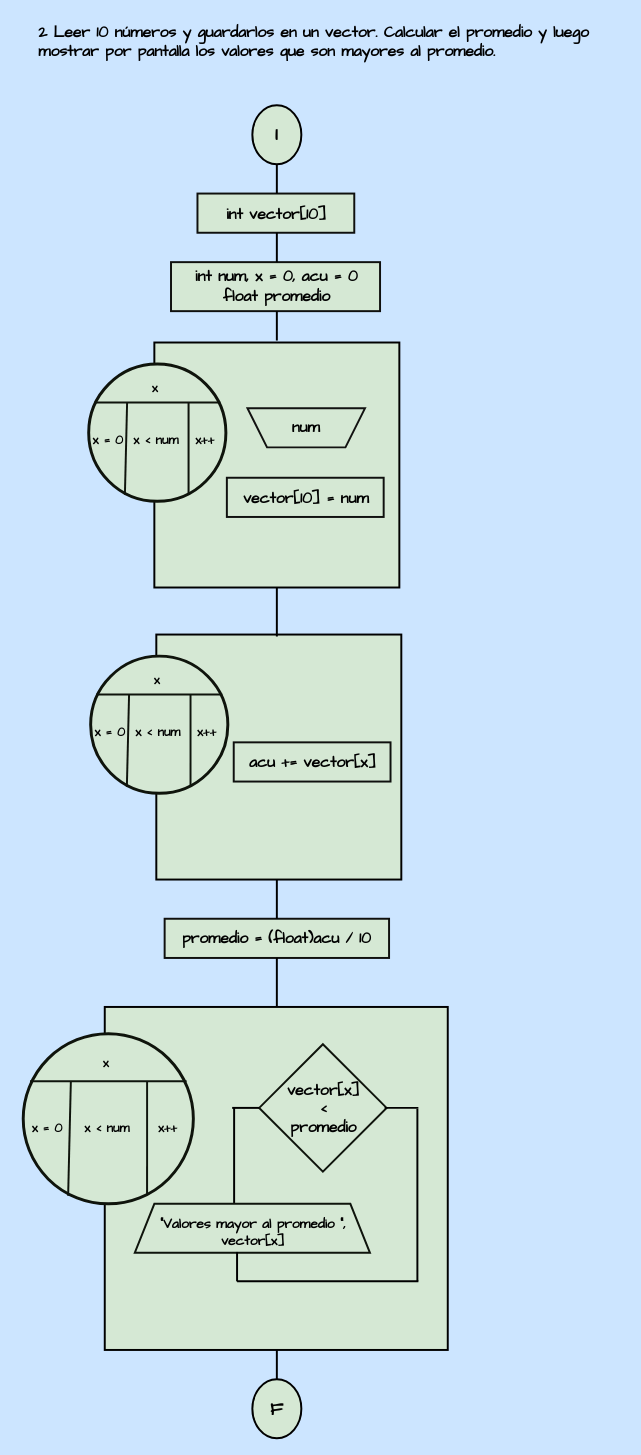
SASOPELANA/UTN_PROGRAMACION1 keeps this draw.io diagram as Unidad6_Vectores/Diagramas_Flujos/Ejercicio2.drawio. Above is the earlier version. Source tidied: cells renumbered, new cells numbered last; positions are measured from the earlier drawing's top-left corner, leaving out a move shared by most shapes. Both pictures are drawn from the tidied source at 98%, with x=0, y=0 at pixel (17, 17).
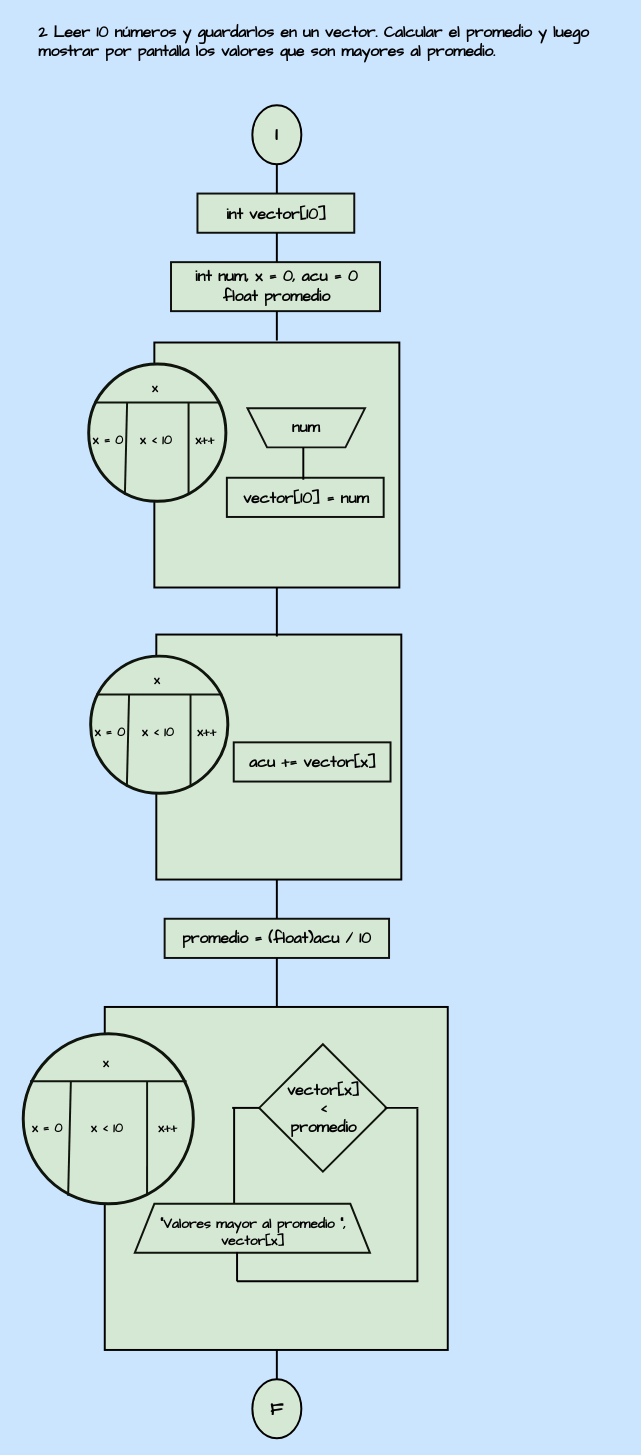
After the change.

The change refers to these unchanged cells:
```xml
<mxCell id="16" style="group;" parent="3" vertex="1">
  <mxGeometry x="58.6" y="242" width="322" height="250" as="geometry" />
</mxCell>
<mxCell id="18" style="group;" parent="16" vertex="1">
  <mxGeometry y="22" width="149" height="140" as="geometry" />
</mxCell>
<mxCell id="35" style="group;" parent="33" vertex="1">
  <mxGeometry y="22" width="149" height="140" as="geometry" />
</mxCell>
<mxCell id="49" style="group;" parent="47" vertex="1">
  <mxGeometry x="-9.4" y="27.3" width="184.8" height="173.6" as="geometry" />
</mxCell>
```

Change to the diagram source:
```diff
@@
-    <mxCell id="25" value="&lt;font color=&quot;#000000&quot; size=&quot;1&quot; face=&quot;Comic Sans MS&quot;&gt;&lt;b style=&quot;font-size: 13px;&quot;&gt;x &amp;lt; num&lt;/b&gt;&lt;/font&gt;" style="text;strokeColor=none;align=center;fillColor=none;html=1;verticalAlign=middle;whiteSpace=wrap;rounded=0;fontFamily=Architects Daughter;" parent="18" vertex="1">
+    <mxCell id="25" value="&lt;font color=&quot;#000000&quot; size=&quot;1&quot; face=&quot;Comic Sans MS&quot;&gt;&lt;b style=&quot;font-size: 13px;&quot;&gt;x &amp;lt; 10&lt;/b&gt;&lt;/font&gt;" style="text;strokeColor=none;align=center;fillColor=none;html=1;verticalAlign=middle;whiteSpace=wrap;rounded=0;fontFamily=Architects Daughter;" parent="18" vertex="1">
       <mxGeometry x="44" y="63" width="60" height="30" as="geometry" />
     </mxCell>
@@
+    <mxCell id="80" style="line;strokeWidth=2;direction=south;html=1;hachureGap=4;fontFamily=Architects Daughter;strokeColor=#000000;" parent="16" vertex="1">
+      <mxGeometry x="219" y="107" width="10" height="33" as="geometry" />
+    </mxCell>
@@
-    <mxCell id="42" value="&lt;font color=&quot;#000000&quot; size=&quot;1&quot; face=&quot;Comic Sans MS&quot;&gt;&lt;b style=&quot;font-size: 13px;&quot;&gt;x &amp;lt; num&lt;/b&gt;&lt;/font&gt;" style="text;strokeColor=none;align=center;fillColor=none;html=1;verticalAlign=middle;whiteSpace=wrap;rounded=0;fontFamily=Architects Daughter;" parent="35" vertex="1">
+    <mxCell id="42" value="&lt;font color=&quot;#000000&quot; size=&quot;1&quot; face=&quot;Comic Sans MS&quot;&gt;&lt;b style=&quot;font-size: 13px;&quot;&gt;x &amp;lt; 10&lt;/b&gt;&lt;/font&gt;" style="text;strokeColor=none;align=center;fillColor=none;html=1;verticalAlign=middle;whiteSpace=wrap;rounded=0;fontFamily=Architects Daughter;" parent="35" vertex="1">
       <mxGeometry x="44" y="63" width="60" height="30" as="geometry" />
     </mxCell>
@@
-    <mxCell id="56" value="&lt;font color=&quot;#000000&quot; size=&quot;1&quot; face=&quot;Comic Sans MS&quot;&gt;&lt;b style=&quot;font-size: 13px;&quot;&gt;x &amp;lt; num&lt;/b&gt;&lt;/font&gt;" style="text;strokeColor=none;align=center;fillColor=none;html=1;verticalAlign=middle;whiteSpace=wrap;rounded=0;fontFamily=Architects Daughter;" parent="49" vertex="1">
+    <mxCell id="56" value="&lt;font color=&quot;#000000&quot; size=&quot;1&quot; face=&quot;Comic Sans MS&quot;&gt;&lt;b style=&quot;font-size: 13px;&quot;&gt;x &amp;lt; 10&lt;/b&gt;&lt;/font&gt;" style="text;strokeColor=none;align=center;fillColor=none;html=1;verticalAlign=middle;whiteSpace=wrap;rounded=0;fontFamily=Architects Daughter;" parent="49" vertex="1">
       <mxGeometry x="54.6" y="78.1" width="74.4" height="37.2" as="geometry" />
     </mxCell>
```
